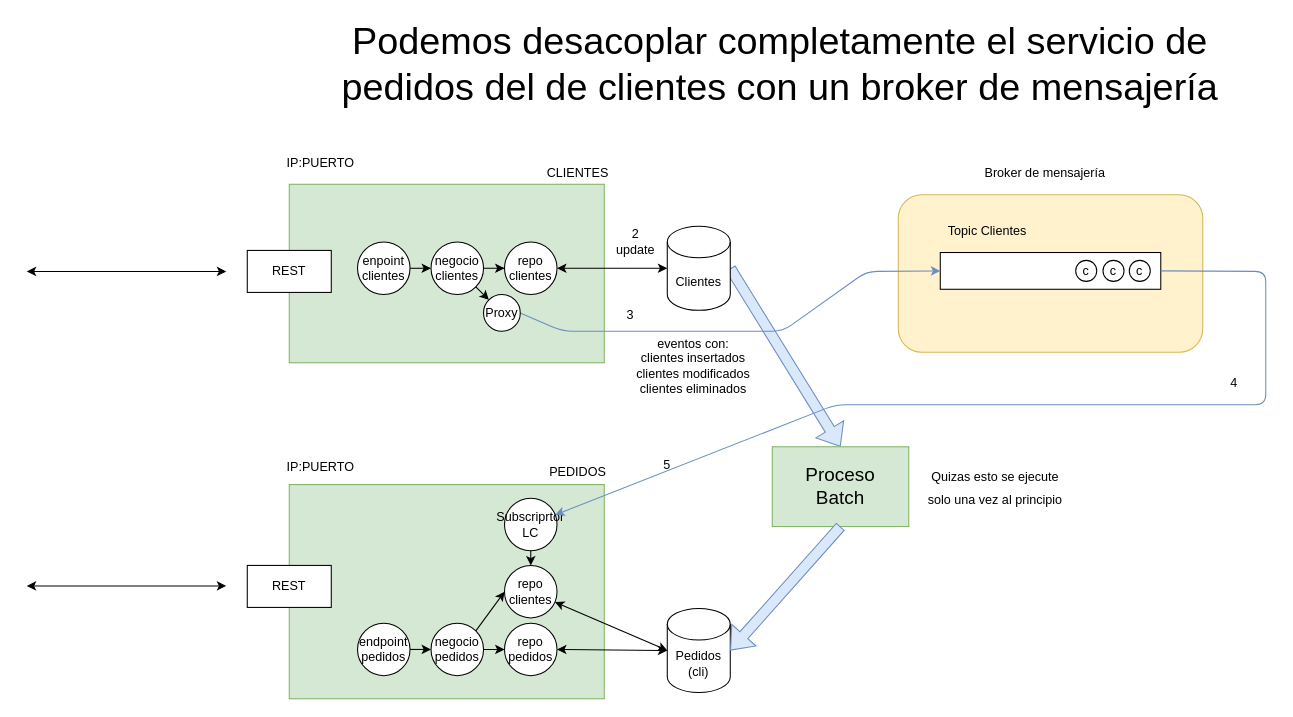
Above: page "Página-25" (25 of 39) of patrones_2022_7.drawio in lrag/Patrones (draw.io), before the change. Source tidied: cells renumbered, new cells numbered last; positions are measured from the earlier drawing's top-left corner, leaving out a move shared by most shapes. Both pictures are drawn from the tidied source at 105%, with x=0, y=0 at pixel (26, 47).
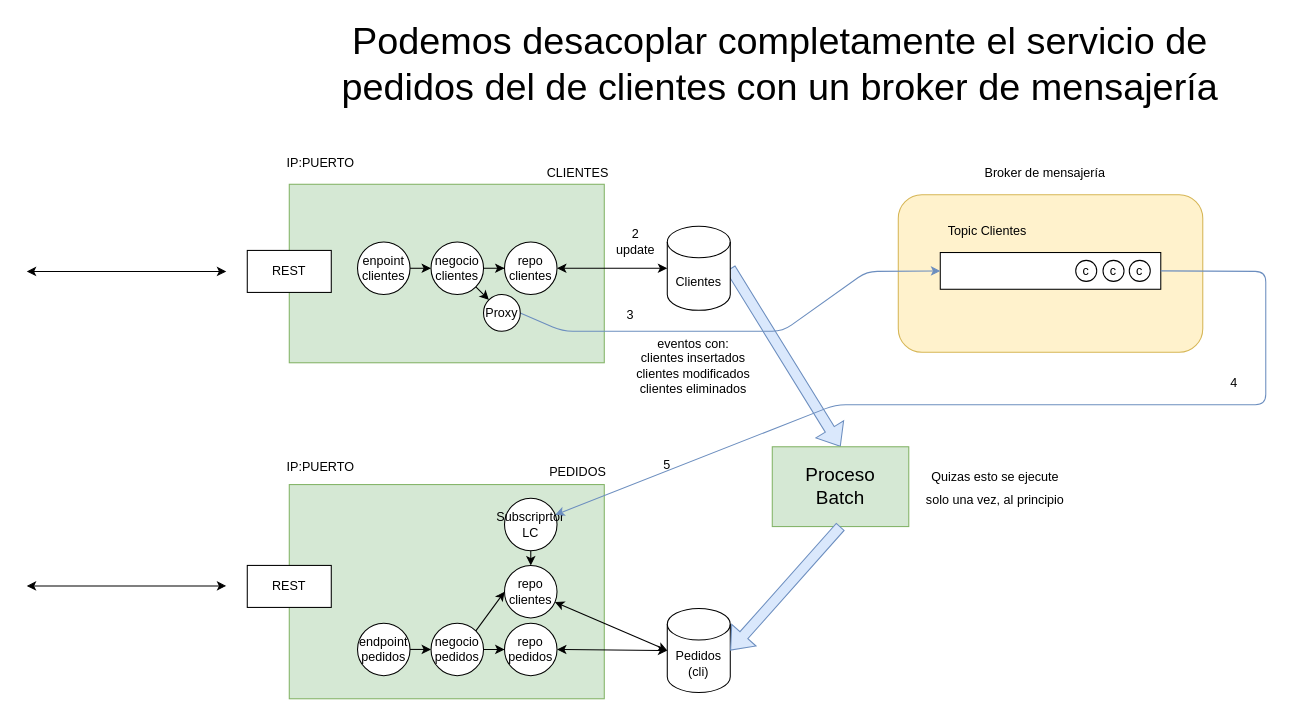
The same diagram, later.

Change to the diagram source:
```diff
@@
-    <mxCell id="50" value="&lt;font style=&quot;font-size: 12px;&quot;&gt;Quizas esto se ejecute solo una vez al principio&lt;/font&gt;" style="text;html=1;strokeColor=none;fillColor=none;align=center;verticalAlign=middle;whiteSpace=wrap;rounded=0;fontSize=18;" parent="1" vertex="1">
+    <mxCell id="50" value="&lt;font style=&quot;font-size: 12px;&quot;&gt;Quizas esto se ejecute solo una vez, al principio&lt;/font&gt;" style="text;html=1;strokeColor=none;fillColor=none;align=center;verticalAlign=middle;whiteSpace=wrap;rounded=0;fontSize=18;" parent="1" vertex="1">
       <mxGeometry x="855" y="403" width="135" height="30" as="geometry" />
     </mxCell>
```
